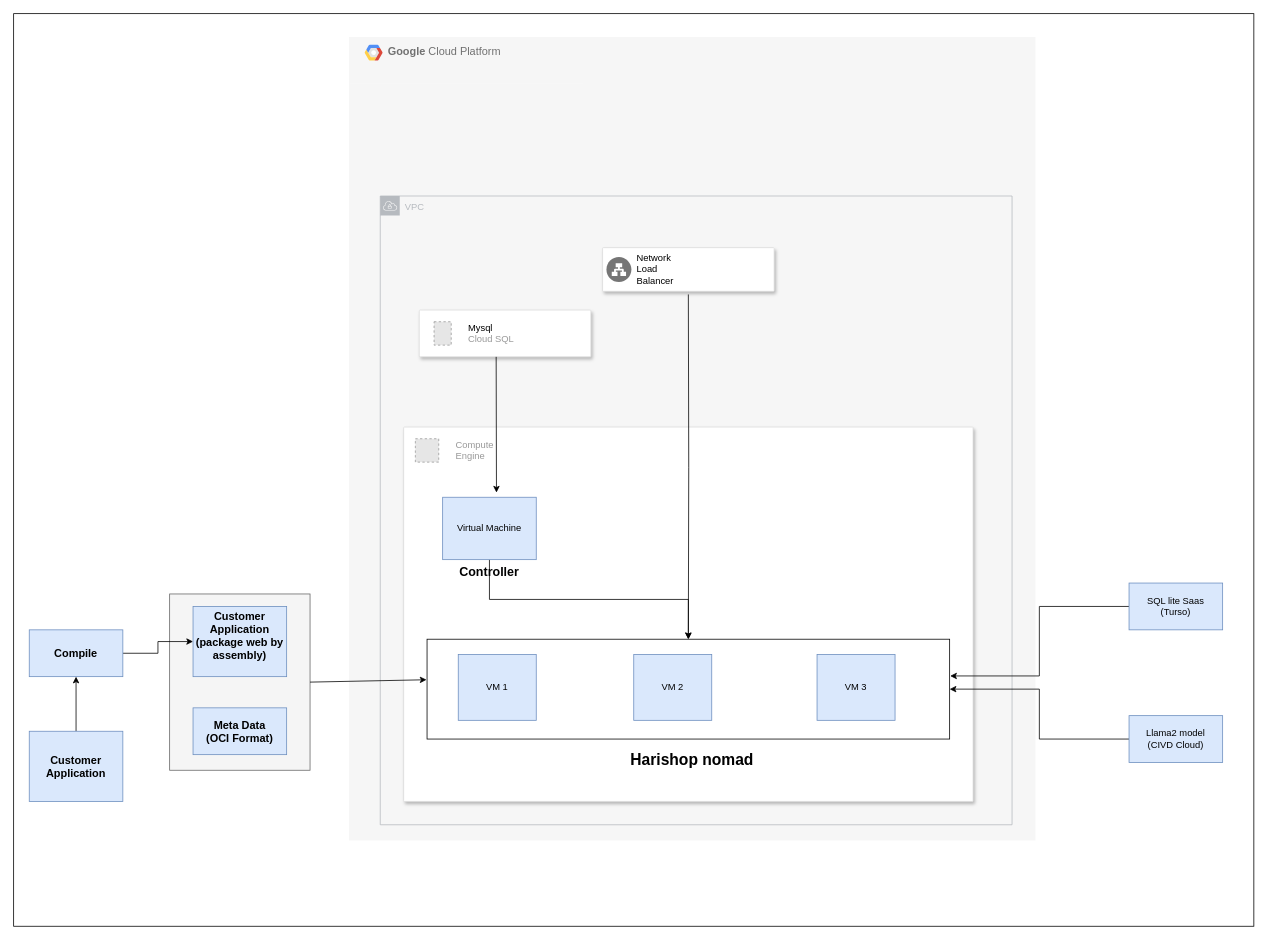
Above: fronym.drawio in anshultaak/Readme (draw.io), before the change. Source tidied: cells renumbered, new cells numbered last; positions are measured from the earlier drawing's top-left corner, leaving out a move shared by most shapes. Both pictures are drawn from the tidied source at 78%, with x=0, y=0 at pixel (13, 13). Pictures stored in the file or linked from it are replaced by grey dashed boxes.
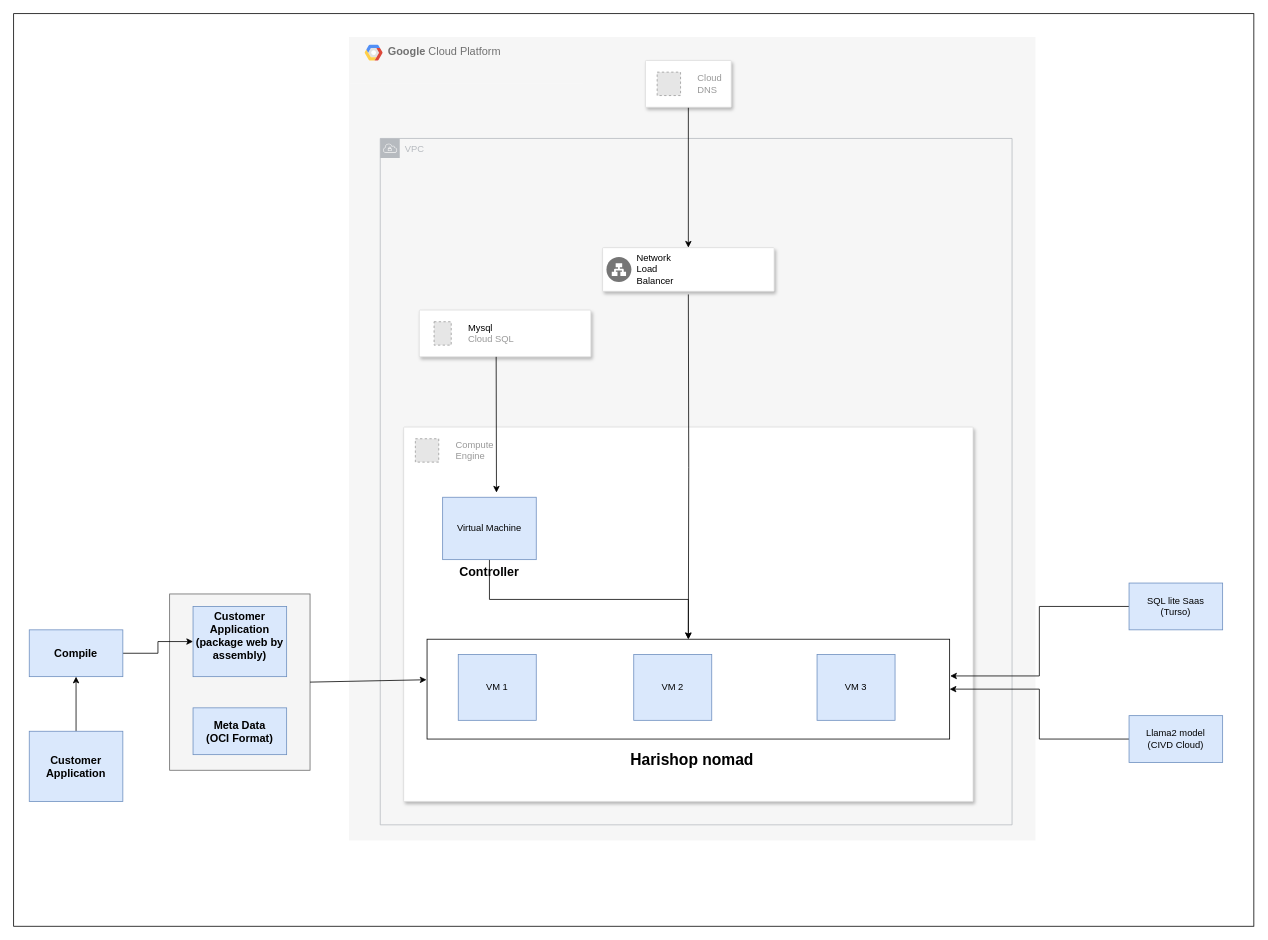
After the change.

The change refers to these unchanged cells:
```xml
<mxCell id="3" value="C" style="fillColor=#F6F6F6;strokeColor=none;shadow=0;gradientColor=none;fontSize=14;align=left;spacing=10;fontColor=#717171;9E9E9E;verticalAlign=top;spacingTop=-4;fontStyle=0;spacingLeft=40;html=1;whiteSpace=wrap;" parent="1" vertex="1">
  <mxGeometry x="430" y="30" width="880" height="1030" as="geometry" />
</mxCell>
<mxCell id="16" style="strokeColor=#dddddd;shadow=1;strokeWidth=1;rounded=1;absoluteArcSize=1;arcSize=2;" parent="3" vertex="1">
  <mxGeometry x="325" y="270" width="220" height="56" as="geometry" />
</mxCell>
```

The edit, as a diff of the source:
```diff
@@
     <mxCell id="5" value="VPC" style="sketch=0;gradientColor=none;html=1;whiteSpace=wrap;fontSize=12;fontStyle=0;shape=mxgraph.aws4.group;grIcon=mxgraph.aws4.group_vpc;strokeColor=#B6BABF;fillColor=none;verticalAlign=top;align=left;spacingLeft=30;fontColor=#B6BABF;dashed=0;" parent="3" vertex="1">
-      <mxGeometry x="40" y="203.8" width="810" height="806.1" as="geometry" />
+      <mxGeometry x="40" y="130" width="810" height="880" as="geometry" />
     </mxCell>
@@
+    <mxCell id="36" style="edgeStyle=orthogonalEdgeStyle;rounded=0;jettySize=auto;html=1;" parent="3" edge="1" source="37" target="16">
+      <mxGeometry relative="1" as="geometry" />
+    </mxCell>
+    <mxCell id="37" style="strokeColor=#dddddd;shadow=1;strokeWidth=1;rounded=1;absoluteArcSize=1;arcSize=2;" parent="3" vertex="1">
+      <mxGeometry x="380" y="30" width="110" height="60" as="geometry" />
+    </mxCell>
+    <mxCell id="38" value="Cloud&#10;DNS" style="fillColor=#E6E6E6;strokeColor=#999999;dashed=1;html=1;fontColor=#999999;verticalLabelPosition=middle;verticalAlign=middle;labelPosition=right;align=left;spacingLeft=20;" parent="37" vertex="1">
+      <mxGeometry width="30" height="30" relative="1" as="geometry">
+        <mxPoint x="15" y="15" as="offset" />
+      </mxGeometry>
+    </mxCell>
```
